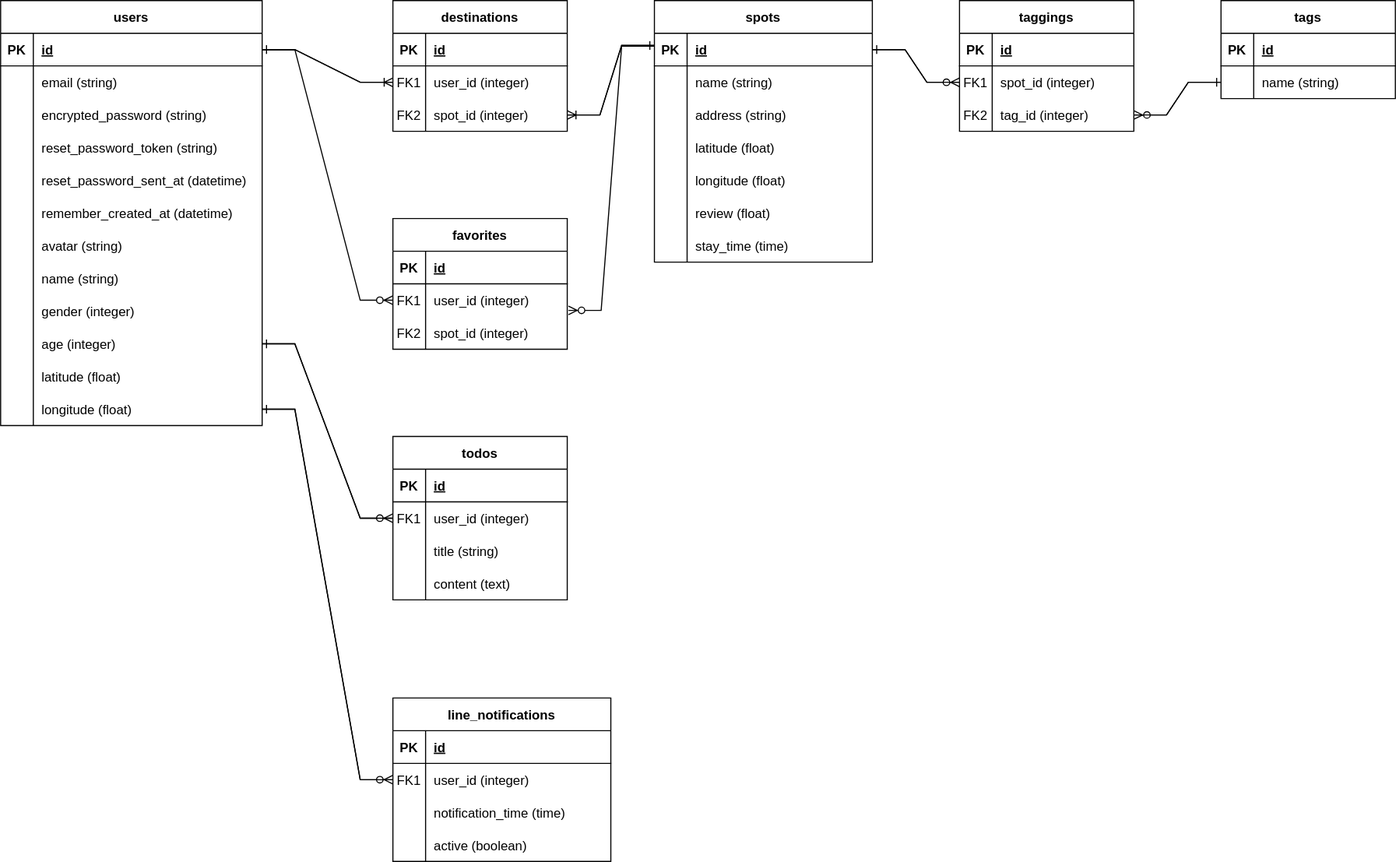
This is ER_diagram.drawio.svg from yu70-m5d/free-time-navigator, a draw.io export, as it was before one commit. Source tidied: cells renumbered, new cells last; positions are measured from the earlier drawing's top-left corner, leaving out a move shared by most shapes.
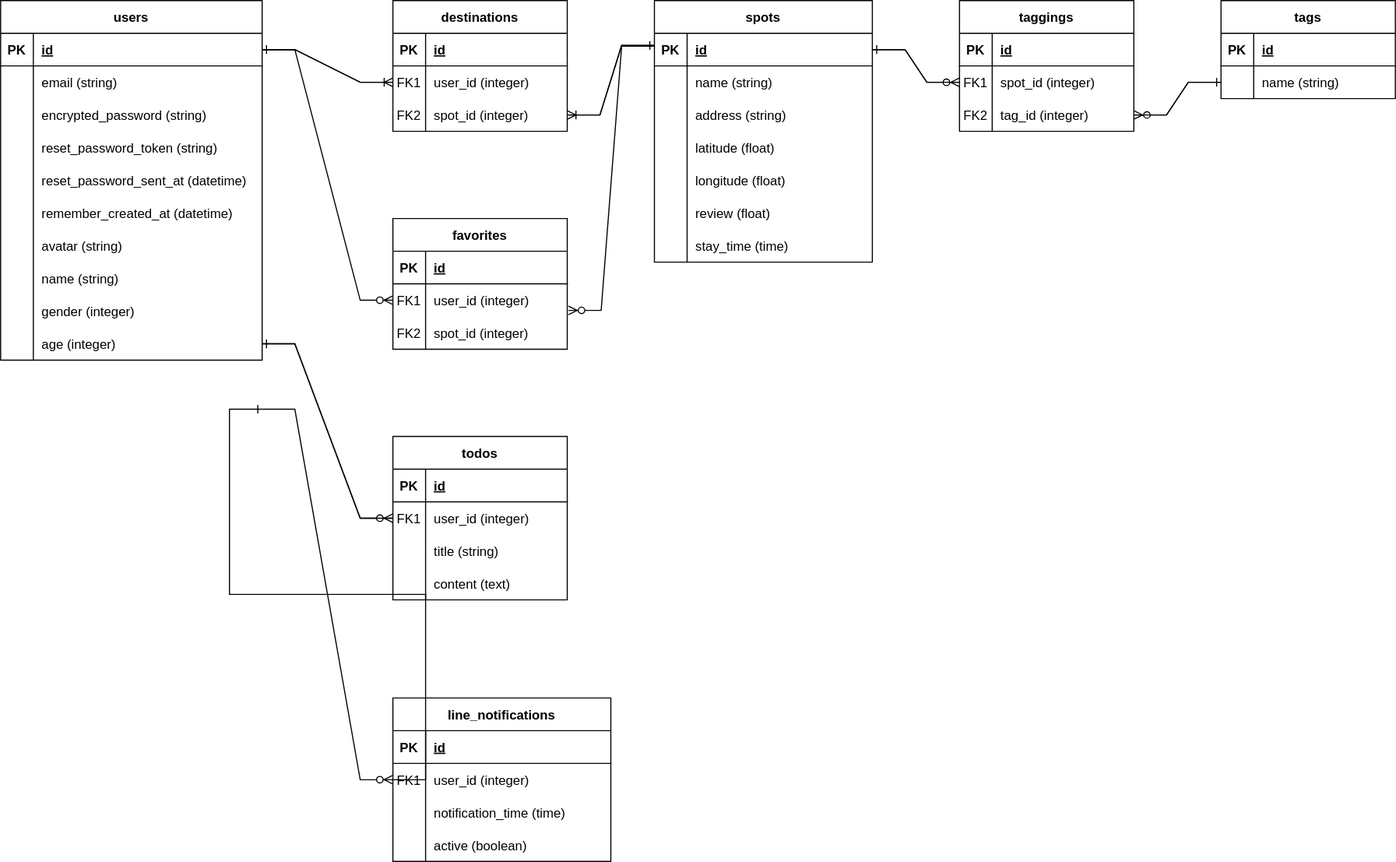
Above is the later version.

The edit, as a diff of the source:
```diff
@@ -99,7 +99,7 @@
       <mxGeometry x="30" width="130" height="30" as="geometry" />
     </mxCell>
     <mxCell id="34" value="users" style="shape=table;startSize=30;rowLines=0;fontStyle=1;align=center;" parent="1" vertex="1">
-      <mxGeometry width="240" height="390" as="geometry" />
+      <mxGeometry width="240" height="330" as="geometry" />
     </mxCell>
     <mxCell id="35" style="shape=partialRectangle;fillColor=none;points=[[0,0.5],[1,0.5]];portConstraint=eastwest;top=0;left=0;right=0;bottom=1;" parent="34" vertex="1">
       <mxGeometry y="30" width="240" height="30" as="geometry" />
@@ -191,24 +191,6 @@
     <mxCell id="64" value="age (integer)" style="shape=partialRectangle;overflow=hidden;fillColor=none;top=0;left=0;bottom=0;right=0;align=left;spacingLeft=6;" parent="62" vertex="1">
       <mxGeometry x="30" width="210" height="30" as="geometry" />
     </mxCell>
-    <mxCell id="65" style="shape=partialRectangle;fillColor=none;top=0;left=0;right=0;bottom=0;" parent="34" vertex="1">
-      <mxGeometry y="330" width="240" height="30" as="geometry" />
-    </mxCell>
-    <mxCell id="66" style="shape=partialRectangle;overflow=hidden;fillColor=none;top=0;left=0;bottom=0;right=0;" parent="65" vertex="1">
-      <mxGeometry width="30" height="30" as="geometry" />
-    </mxCell>
-    <mxCell id="67" value="latitude (float)" style="shape=partialRectangle;overflow=hidden;fillColor=none;top=0;left=0;bottom=0;right=0;align=left;spacingLeft=6;" parent="65" vertex="1">
-      <mxGeometry x="30" width="210" height="30" as="geometry" />
-    </mxCell>
-    <mxCell id="68" style="shape=partialRectangle;fillColor=none;points=[[0,0.5],[1,0.5]];portConstraint=eastwest;top=0;left=0;right=0;bottom=0;" parent="34" vertex="1">
-      <mxGeometry y="360" width="240" height="30" as="geometry" />
-    </mxCell>
-    <mxCell id="69" style="shape=partialRectangle;overflow=hidden;fillColor=none;top=0;left=0;bottom=0;right=0;" parent="68" vertex="1">
-      <mxGeometry width="30" height="30" as="geometry" />
-    </mxCell>
-    <mxCell id="70" value="longitude (float)" style="shape=partialRectangle;overflow=hidden;fillColor=none;top=0;left=0;bottom=0;right=0;align=left;spacingLeft=6;" parent="68" vertex="1">
-      <mxGeometry x="30" width="210" height="30" as="geometry" />
-    </mxCell>
     <mxCell id="71" value="tags" style="shape=table;startSize=30;rowLines=0;fontStyle=1;align=center;" parent="1" vertex="1">
       <mxGeometry x="1120" width="160" height="90" as="geometry" />
     </mxCell>
@@ -413,11 +395,14 @@
     <mxCell id="135" style="edgeStyle=entityRelationEdgeStyle;fontSize=12;html=1;endArrow=ERone;endFill=1;rounded=0;entryX=0;entryY=0.5;entryDx=0;entryDy=0;exitX=1;exitY=0.5;exitDx=0;exitDy=0;" parent="1" edge="1" source="116" target="75">
       <mxGeometry relative="1" as="geometry" />
     </mxCell>
-    <mxCell id="136" style="edgeStyle=entityRelationEdgeStyle;fontSize=12;html=1;endArrow=ERzeroToMany;endFill=1;rounded=0;entryX=0;entryY=0.5;entryDx=0;entryDy=0;exitX=1;exitY=0.5;exitDx=0;exitDy=0;" parent="1" edge="1" source="68" target="123">
-      <mxGeometry relative="1" as="geometry" />
+    <mxCell id="136" style="edgeStyle=entityRelationEdgeStyle;fontSize=12;html=1;endArrow=ERzeroToMany;endFill=1;rounded=0;entryX=0;entryY=0.5;entryDx=0;entryDy=0;exitX=1;exitY=0.5;exitDx=0;exitDy=0;" parent="1" edge="1" target="123">
+      <mxGeometry relative="1" as="geometry">
+        <mxPoint x="240" y="375" as="sourcePoint" />
+      </mxGeometry>
     </mxCell>
-    <mxCell id="137" style="edgeStyle=entityRelationEdgeStyle;fontSize=12;html=1;endArrow=ERone;endFill=1;rounded=0;entryX=1;entryY=0.5;entryDx=0;entryDy=0;exitX=0;exitY=0.5;exitDx=0;exitDy=0;" parent="1" edge="1" source="123" target="68">
+    <mxCell id="137" style="edgeStyle=entityRelationEdgeStyle;fontSize=12;html=1;endArrow=ERone;endFill=1;rounded=0;entryX=1;entryY=0.5;entryDx=0;entryDy=0;exitX=0;exitY=0.5;exitDx=0;exitDy=0;" parent="1" edge="1" source="123">
       <mxGeometry relative="1" as="geometry">
+        <mxPoint x="240" y="375" as="targetPoint" />
         <Array as="points">
           <mxPoint x="260" y="400" />
           <mxPoint x="270" y="510" />
```
